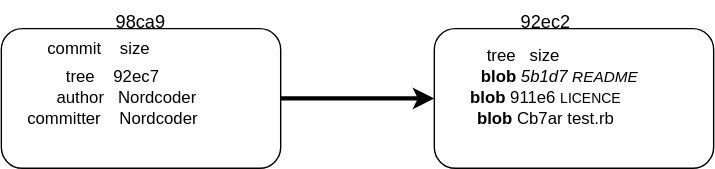
This is arbol-confirmacion.drawio.svg from Nordcode-cyber/curso-git, a draw.io export, as it was before one commit. Source tidied: cells renumbered, new cells last; positions are measured from the earlier drawing's top-left corner, leaving out a move shared by most shapes.
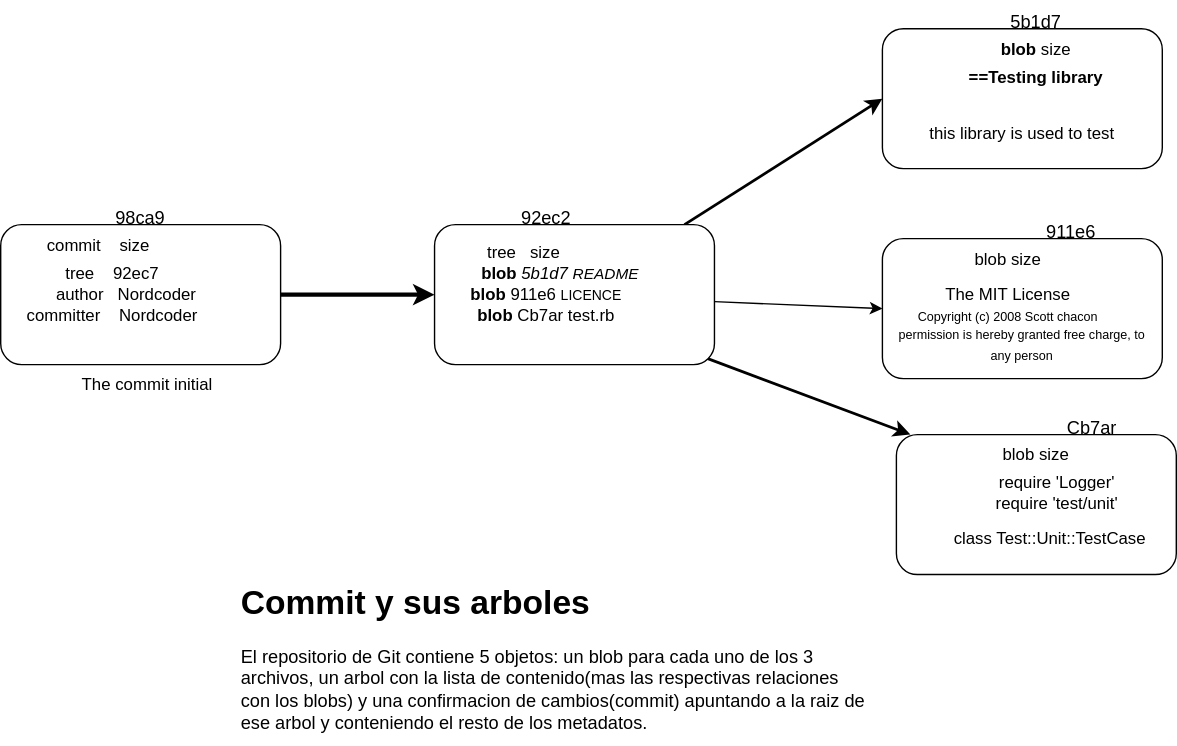
The same diagram one commit later.

Commit message:
Commit arbol de confirmacion

Diff of the diagram source:
```diff
@@ -2,6 +2,14 @@
   <root>
     <mxCell id="0" />
     <mxCell id="1" parent="0" />
+    <mxCell id="15" style="endArrow=classic;html=1;entryX=0;entryY=0;entryDx=0;entryDy=0;exitX=0.9;exitY=0.9;exitDx=0;exitDy=0;strokeWidth=2;exitPerimeter=0;" parent="1" edge="1" source="9">
+      <mxGeometry relative="1" as="geometry">
+        <mxPoint x="650" y="170" as="targetPoint" />
+      </mxGeometry>
+    </mxCell>
+    <mxCell id="16" style="endArrow=classic;html=1;entryX=0;entryY=0.5;entryDx=0;entryDy=0;strokeWidth=2;" parent="1" edge="1" source="9" target="17">
+      <mxGeometry relative="1" as="geometry" />
+    </mxCell>
     <mxCell id="2" style="rounded=1;whiteSpace=wrap;html=1;" parent="1" vertex="1">
       <mxGeometry y="20" width="200" height="100" as="geometry" />
     </mxCell>
@@ -43,5 +51,70 @@
     <mxCell id="14" value="&lt;font style=&quot;color: light-dark(rgb(0, 0, 0), rgb(88, 50, 255)); font-size: 13px;&quot;&gt;92ec2&lt;/font&gt;" style="text;html=1;align=center;verticalAlign=middle;whiteSpace=wrap;rounded=0;" parent="1" vertex="1">
       <mxGeometry x="360" width="60" height="30" as="geometry" />
     </mxCell>
+    <mxCell id="17" style="rounded=1;whiteSpace=wrap;html=1;" parent="1" vertex="1">
+      <mxGeometry x="630" y="-120" width="200" height="100" as="geometry" />
+    </mxCell>
+    <mxCell id="18" style="rounded=1;whiteSpace=wrap;html=1;" parent="1" vertex="1">
+      <mxGeometry x="630" y="30" width="200" height="100" as="geometry" />
+    </mxCell>
+    <mxCell id="19" style="rounded=1;whiteSpace=wrap;html=1;" parent="1" vertex="1">
+      <mxGeometry x="640" y="170" width="200" height="100" as="geometry" />
+    </mxCell>
+    <mxCell id="20" style="endArrow=classic;html=1;entryX=0;entryY=0.5;entryDx=0;entryDy=0;" parent="1" edge="1" target="18">
+      <mxGeometry relative="1" as="geometry">
+        <mxPoint x="510" y="75" as="sourcePoint" />
+      </mxGeometry>
+    </mxCell>
+    <mxCell id="21" value="&lt;b&gt;blob&lt;/b&gt;&amp;nbsp;size" style="text;html=1;align=center;verticalAlign=middle;whiteSpace=wrap;rounded=0;" parent="1" vertex="1">
+      <mxGeometry x="680" y="-120" width="120" height="30" as="geometry" />
+    </mxCell>
+    <mxCell id="22" value="&lt;font style=&quot;color: light-dark(rgb(0, 0, 0), rgb(88, 50, 255)); font-size: 13px;&quot;&gt;5b1d7&lt;/font&gt;" style="text;html=1;align=center;verticalAlign=middle;whiteSpace=wrap;rounded=0;" parent="1" vertex="1">
+      <mxGeometry x="710" y="-140" width="60" height="30" as="geometry" />
+    </mxCell>
+    <mxCell id="23" value="&lt;b&gt;==Testing library&lt;/b&gt;" style="text;html=1;align=center;verticalAlign=middle;whiteSpace=wrap;rounded=0;" parent="1" vertex="1">
+      <mxGeometry x="680" y="-100" width="120" height="30" as="geometry" />
+    </mxCell>
+    <mxCell id="24" style="edgeStyle=none;html=1;" parent="1" edge="1" source="25" target="2">
+      <mxGeometry relative="1" as="geometry" />
+    </mxCell>
+    <mxCell id="25" value="The commit initial" style="text;html=1;align=center;verticalAlign=middle;whiteSpace=wrap;rounded=0;" parent="1" vertex="1">
+      <mxGeometry x="30" y="120" width="150" height="30" as="geometry" />
+    </mxCell>
+    <mxCell id="26" value="this library is used to test" style="text;html=1;align=center;verticalAlign=middle;whiteSpace=wrap;rounded=0;" parent="1" vertex="1">
+      <mxGeometry x="655" y="-60" width="150" height="30" as="geometry" />
+    </mxCell>
+    <mxCell id="27" value="blob size" style="text;html=1;align=center;verticalAlign=middle;whiteSpace=wrap;rounded=0;" parent="1" vertex="1">
+      <mxGeometry x="690" y="30" width="60" height="30" as="geometry" />
+    </mxCell>
+    <mxCell id="28" value="The MIT License" style="text;html=1;align=center;verticalAlign=middle;whiteSpace=wrap;rounded=0;" parent="1" vertex="1">
+      <mxGeometry x="645" y="55" width="150" height="30" as="geometry" />
+    </mxCell>
+    <mxCell id="29" value="&lt;font style=&quot;font-size: 9px;&quot;&gt;permission is hereby granted free charge, to any person&lt;/font&gt;" style="text;html=1;align=center;verticalAlign=middle;whiteSpace=wrap;rounded=0;" parent="1" vertex="1">
+      <mxGeometry x="640" y="90" width="180" height="30" as="geometry" />
+    </mxCell>
+    <mxCell id="30" value="&lt;font style=&quot;color: light-dark(rgb(0, 0, 0), rgb(88, 50, 255)); font-size: 13px;&quot;&gt;911e6&lt;/font&gt;" style="text;html=1;align=center;verticalAlign=middle;whiteSpace=wrap;rounded=0;" parent="1" vertex="1">
+      <mxGeometry x="735" y="10" width="60" height="30" as="geometry" />
+    </mxCell>
+    <mxCell id="31" value="&lt;font style=&quot;font-size: 9px;&quot;&gt;Copyright (c) 2008 Scott chacon&lt;/font&gt;" style="text;html=1;align=center;verticalAlign=middle;whiteSpace=wrap;rounded=0;" parent="1" vertex="1">
+      <mxGeometry x="615" y="70" width="210" height="30" as="geometry" />
+    </mxCell>
+    <mxCell id="32" value="blob size" style="text;html=1;align=center;verticalAlign=middle;whiteSpace=wrap;rounded=0;" parent="1" vertex="1">
+      <mxGeometry x="710" y="170" width="60" height="30" as="geometry" />
+    </mxCell>
+    <mxCell id="33" value="&lt;font style=&quot;color: light-dark(rgb(0, 0, 0), rgb(88, 50, 255)); font-size: 13px;&quot;&gt;Cb7ar&lt;/font&gt;" style="text;html=1;align=center;verticalAlign=middle;whiteSpace=wrap;rounded=0;" parent="1" vertex="1">
+      <mxGeometry x="750" y="150" width="60" height="30" as="geometry" />
+    </mxCell>
+    <mxCell id="34" value="require 'Logger'" style="text;html=1;align=center;verticalAlign=middle;whiteSpace=wrap;rounded=0;" parent="1" vertex="1">
+      <mxGeometry x="700" y="190" width="110" height="30" as="geometry" />
+    </mxCell>
+    <mxCell id="35" value="require 'test/unit'" style="text;html=1;align=center;verticalAlign=middle;whiteSpace=wrap;rounded=0;" parent="1" vertex="1">
+      <mxGeometry x="700" y="205" width="110" height="30" as="geometry" />
+    </mxCell>
+    <mxCell id="36" value="class Test::Unit::TestCase" style="text;html=1;align=center;verticalAlign=middle;whiteSpace=wrap;rounded=0;" parent="1" vertex="1">
+      <mxGeometry x="680" y="230" width="140" height="30" as="geometry" />
+    </mxCell>
+    <mxCell id="37" value="&lt;h1 style=&quot;margin-top: 0px;&quot;&gt;Commit y sus arboles&lt;/h1&gt;&lt;p&gt;&lt;font style=&quot;font-size: 13px;&quot;&gt;El repositorio de Git contiene 5 objetos: un blob para cada uno de los 3 archivos, un arbol con la lista de contenido(mas las respectivas relaciones con los blobs) y una confirmacion de cambios(commit) apuntando a la raiz de ese arbol y conteniendo el resto de los metadatos.&lt;/font&gt;&lt;/p&gt;" style="text;html=1;whiteSpace=wrap;overflow=hidden;rounded=0;" parent="1" vertex="1">
+      <mxGeometry x="170" y="270" width="450" height="120" as="geometry" />
+    </mxCell>
   </root>
 </mxGraphModel>
```
